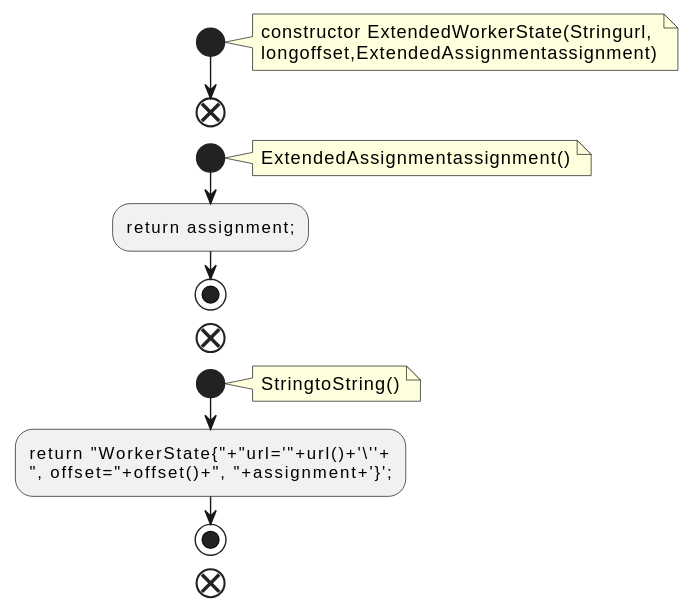
This is docs/qc/connect/runtime/src/main/java/org/apache/kafka/connect/runtime/distributed/ExtendedWorkerState.java.fct.svg from qualitesys/kafka, a PlantUML export, as it was before one commit.
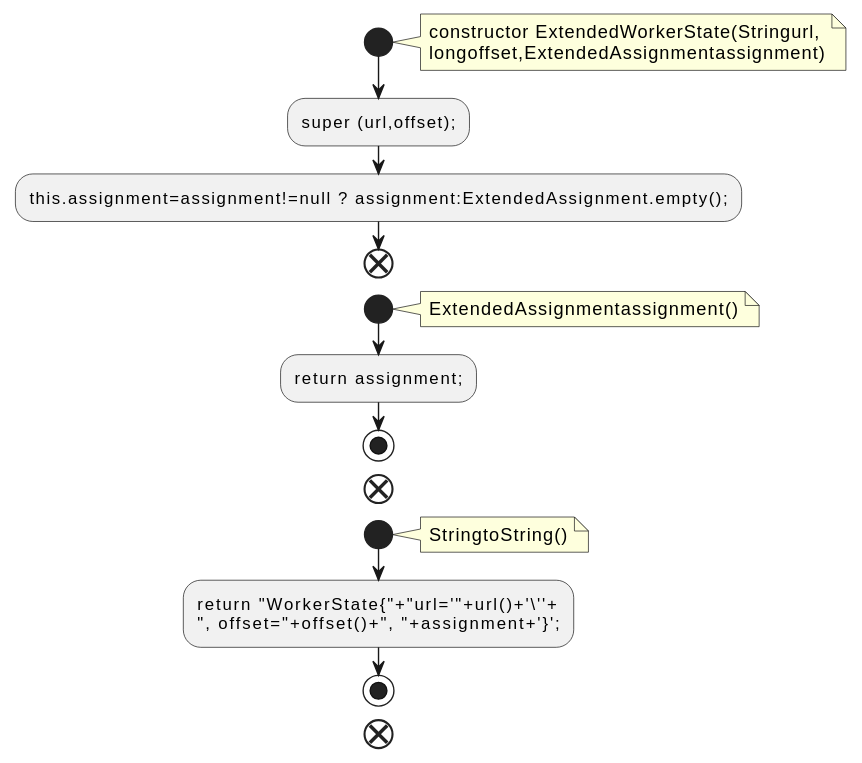
The same diagram one commit later.

The edit, as a diff of the source:
```diff
@@ -5,6 +5,8 @@
 constructor ExtendedWorkerState(Stringurl,
 longoffset,ExtendedAssignmentassignment)
 end note
+:super (url,offset);;
+:this.assignment=assignment!=null ? assignment:ExtendedAssignment.empty();;
 end
 start
 note right
```
